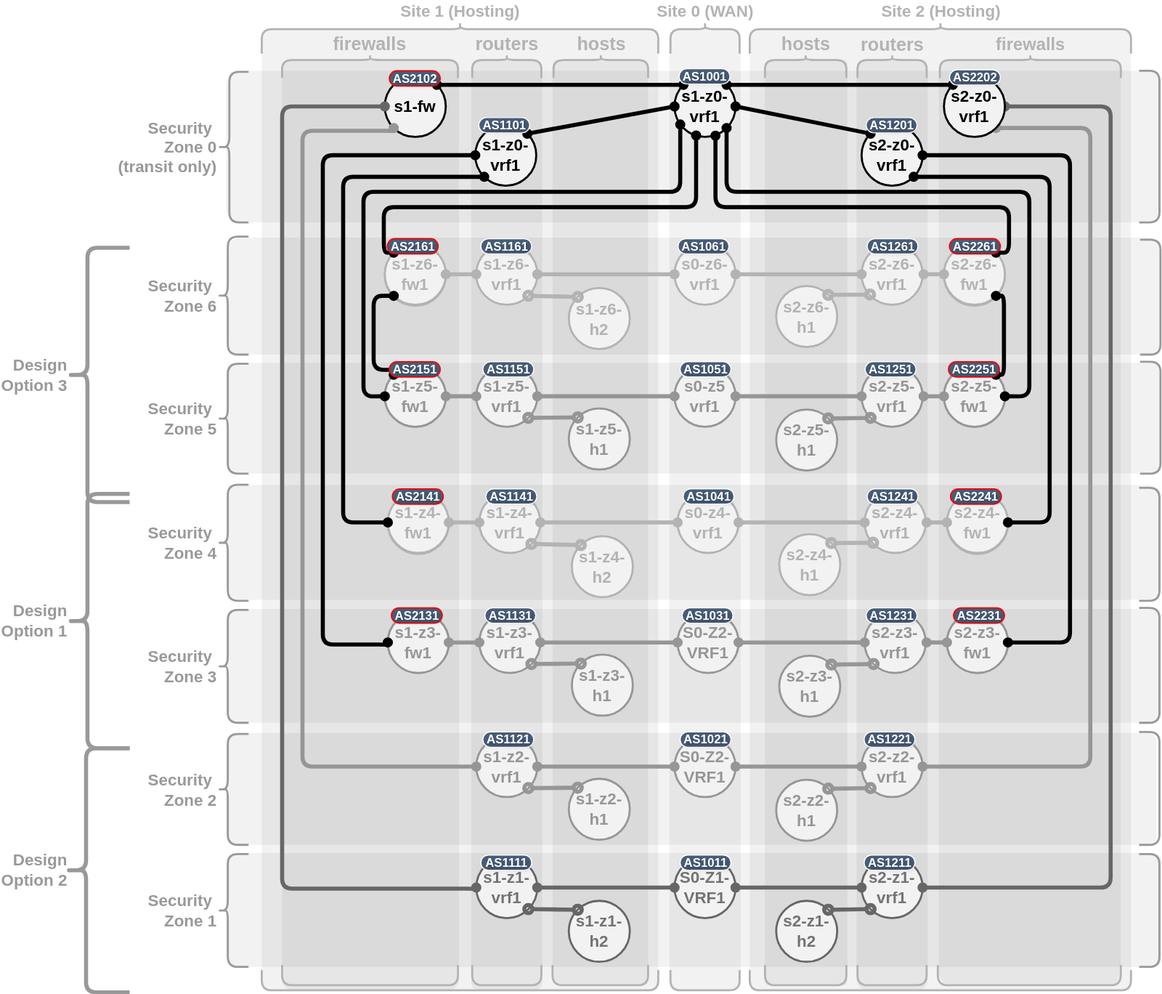
The draw.io diagram pages/1/3(ecmp-symmetric)/framework-algo-2-e.drawio.svg in menckend/alpha, before a commit. Source tidied: cells renumbered, new cells last; positions are measured from the earlier drawing's top-left corner, leaving out a move shared by most shapes.
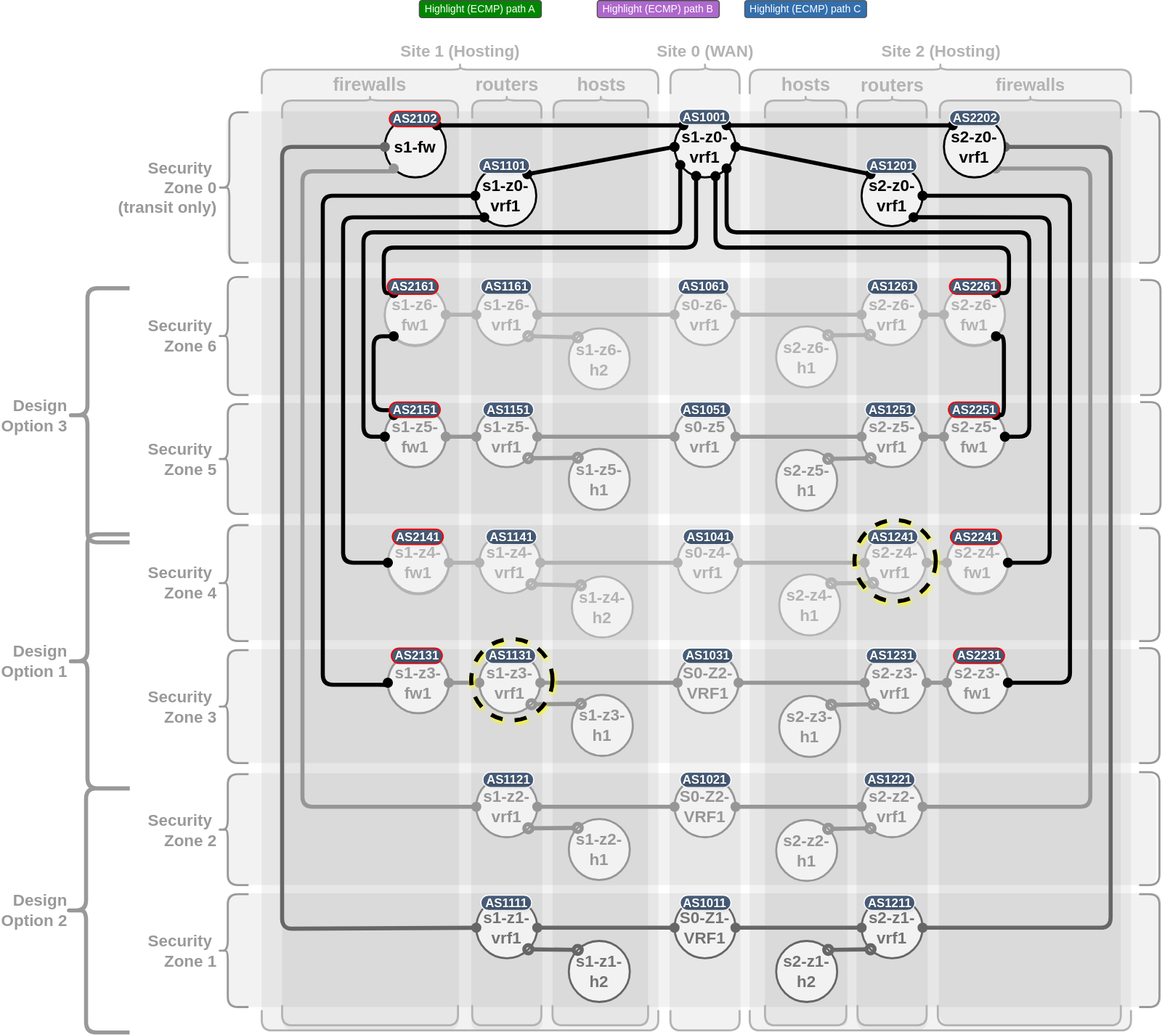
The same file after the commit.

Diff of the diagram source:
```diff
@@ -645,5 +645,21 @@
     <mxCell id="185" value="&lt;span&gt;AS1241&lt;/span&gt;" style="rounded=1;whiteSpace=wrap;html=1;arcSize=50;fillColor=#475C78;textShadow=1;fontColor=#FFFFFF;fontStyle=1;strokeColor=#FFFFFF;" parent="1" vertex="1">
       <mxGeometry x="788.5" y="458" width="50" height="15" as="geometry" />
     </mxCell>
+    <mxCell id="186" value="Case 1" parent="0" />
+    <mxCell id="187" style="ellipse;whiteSpace=wrap;html=1;strokeWidth=4;strokeColor=#000000;fontSize=16;fontStyle=1;fillColor=none;fillStyle=solid;fontColor=#B3B3B3;flowAnimation=0;flowDirection=Alternate;flowDuration=1500;Flow Duration=1500;flowAnimationDuration=1500;flowAnimationDirection=alternate;shadow=1;shadowColor=#FFFF00;shadowOpacity=100;shadowBlur=2;shadowOffsetY=2;shadowOffsetX=1;dashed=1;" parent="186" vertex="1">
+      <mxGeometry x="776" y="449" width="80" height="80" as="geometry" />
+    </mxCell>
+    <mxCell id="188" style="ellipse;whiteSpace=wrap;html=1;strokeWidth=4;strokeColor=#000000;fontSize=16;fontStyle=1;fillColor=none;fillStyle=solid;fontColor=#B3B3B3;flowAnimation=0;flowDirection=Alternate;flowDuration=1500;Flow Duration=1500;flowAnimationDuration=1500;flowAnimationDirection=alternate;shadow=1;shadowColor=#FFFF00;shadowOpacity=100;shadowBlur=2;shadowOffsetY=2;shadowOffsetX=1;dashed=1;" parent="186" vertex="1">
+      <mxGeometry x="399" y="566" width="80" height="80" as="geometry" />
+    </mxCell>
+    <mxCell id="189" value="Highlight (ECMP) path B" style="rounded=1;html=1;shadow=0;dashed=0;whiteSpace=wrap;fontSize=10;fillColor=#AE68CC;align=center;strokeColor=#4D4D4D;fontColor=#ffffff;" parent="186" vertex="1">
+      <mxGeometry x="523" y="-62" width="120" height="16.9" as="geometry" />
+    </mxCell>
+    <mxCell id="190" value="Highlight (ECMP) path C" style="rounded=1;html=1;shadow=0;dashed=0;whiteSpace=wrap;fontSize=10;fillColor=#004C99;align=center;strokeColor=#4D4D4D;fontColor=#ffffff;opacity=80;" parent="186" vertex="1">
+      <mxGeometry x="668" y="-62" width="120" height="16.9" as="geometry" />
+    </mxCell>
+    <mxCell id="191" value="Highlight (ECMP) path A" style="rounded=1;html=1;shadow=0;dashed=0;whiteSpace=wrap;fontSize=10;fillColor=#008700;align=center;strokeColor=#4D4D4D;fontColor=#ffffff;" parent="186" vertex="1">
+      <mxGeometry x="348" y="-62" width="120" height="16.9" as="geometry" />
+    </mxCell>
   </root>
 </mxGraphModel>
```
